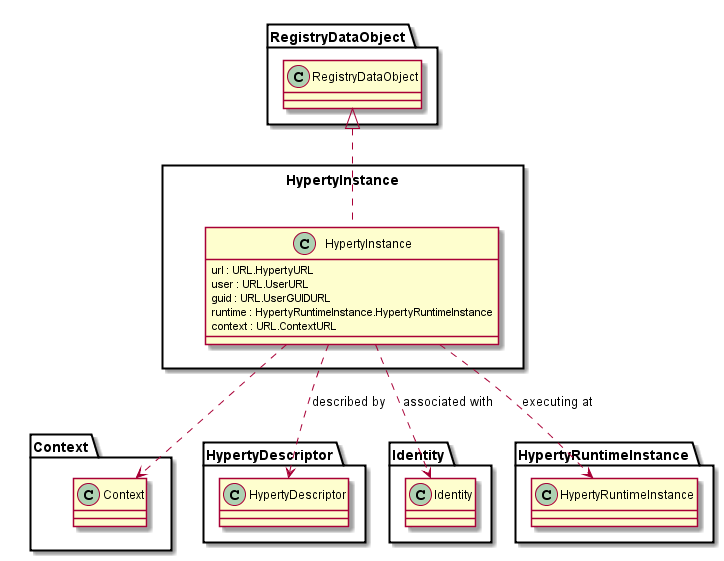
Before: docs/datamodel/Hyperty-Instance-Data-Object-Model.png, a diagram exported from PlantUML (reTHINK-project/dev-service-framework).
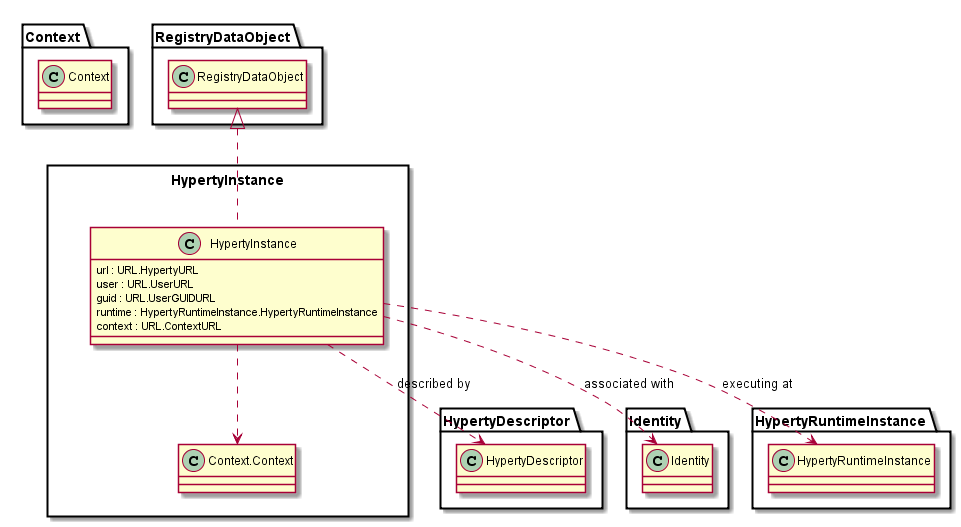
After the commit.

Commit message:
Message model corrected

Change to the diagram source:
```diff
@@ -22,9 +22,7 @@
 	HypertyInstance ..> Identity.Identity : associated with
 	HypertyInstance ..> HypertyRuntimeInstance.HypertyRuntimeInstance : executing at
 
-	HypertyInstance ..> Context
-
-
+	HypertyInstance ..> Context.Context
 }
 
 @enduml
```
